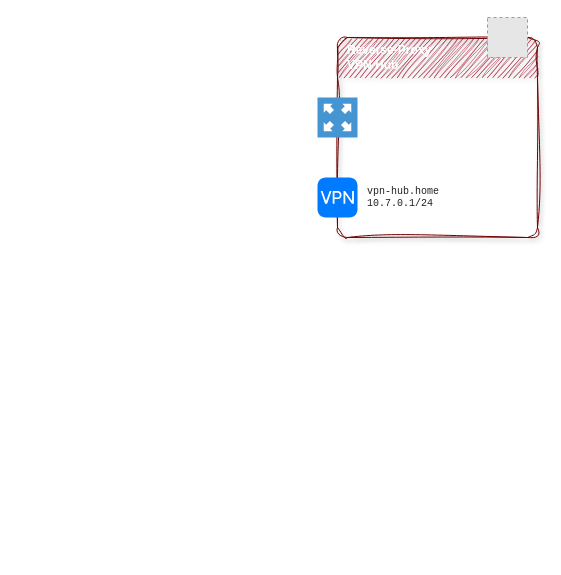
Brona13/diagrams keeps this draw.io diagram as BRN's Homelab.drawio. Above is the earlier version. Source tidied: cells renumbered, new cells numbered last; positions are measured from the earlier drawing's top-left corner, leaving out a move shared by most shapes. Both pictures are drawn from the tidied source at 100%, with x=0, y=0 at pixel (317, 17). Pictures stored in the file or linked from it are replaced by grey dashed boxes.
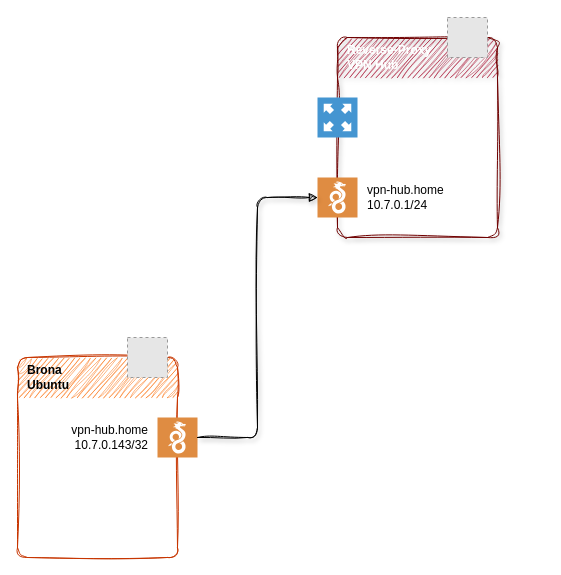
Above is the later version.

Diff of the diagram source:
```diff
@@
 <mxGraphModel>
   <root>
     <mxCell id="0" />
     <mxCell id="1" parent="0" />
+    <mxCell id="6" value="Brona&lt;br&gt;Ubuntu" style="swimlane;whiteSpace=wrap;html=1;sketch=1;curveFitting=1;jiggle=2;rounded=1;absoluteArcSize=1;swimlaneLine=0;startSize=40;fillColor=#fa6800;fontColor=#000000;strokeColor=#C73500;align=left;spacing=10;" parent="1" vertex="1">
+      <mxGeometry x="-300" y="340" width="160" height="200" as="geometry" />
+    </mxCell>
+    <mxCell id="7" style="fillColor=#E6E6E6;strokeColor=#999999;dashed=1;html=1;verticalAlign=top;verticalLabelPosition=bottom;labelBackgroundColor=#ffffff;" parent="6" vertex="1">
+      <mxGeometry x="110" y="-20" width="40" height="40" as="geometry" />
+    </mxCell>
+    <mxCell id="8" value="vpn-hub.home&lt;br&gt;10.7.0.143/32" style="sketch=0;shadow=0;dashed=0;html=1;strokeColor=none;fillColor=#DF8C42;labelPosition=left;verticalLabelPosition=middle;verticalAlign=middle;align=right;outlineConnect=0;shape=mxgraph.veeam2.wireguard;spacing=10;" parent="6" vertex="1">
+      <mxGeometry x="140" y="60" width="40" height="40" as="geometry" />
+    </mxCell>
     <mxCell id="2" value="&lt;div align=&quot;left&quot;&gt;Reverse-Proxy&lt;br&gt;VPN Hub&lt;/div&gt;" style="swimlane;whiteSpace=wrap;html=1;rounded=1;absoluteArcSize=1;sketch=1;curveFitting=1;jiggle=2;shadow=1;swimlaneLine=0;fillColor=#a20025;strokeColor=#6F0000;fontColor=light-dark(#FFFFFF,#FFFFFF);align=left;spacing=10;fontFamily=Helvetica;strokeWidth=1;startSize=40;" parent="1" vertex="1">
-      <mxGeometry x="20" y="20" width="200" height="200" as="geometry" />
+      <mxGeometry x="20" y="20" width="160" height="200" as="geometry" />
     </mxCell>
     <mxCell id="3" style="fillColor=#E6E6E6;strokeColor=#999999;dashed=1;html=1;verticalAlign=top;verticalLabelPosition=bottom;labelBackgroundColor=#ffffff;" parent="2" vertex="1">
-      <mxGeometry x="150" y="-20" width="40" height="40" as="geometry" />
+      <mxGeometry x="110" y="-20" width="40" height="40" as="geometry" />
     </mxCell>
+    <mxCell id="5" style="shadow=0;dashed=0;html=1;strokeColor=none;fillColor=#4495D1;labelPosition=center;verticalLabelPosition=bottom;verticalAlign=top;align=center;shape=mxgraph.veeam.2d.proxy_appliance;" parent="2" vertex="1">
+      <mxGeometry x="-20" y="60" width="40" height="40" as="geometry" />
+    </mxCell>
-    <mxCell id="4" value="vpn-hub.home&lt;br&gt;10.7.0.1/24" style="html=1;strokeWidth=1;shadow=0;dashed=0;shape=mxgraph.ios7.misc.vpn;fillColor=#007AFF;strokeColor=none;buttonText=;strokeColor2=#222222;fontColor=#222222;fontSize=10;verticalLabelPosition=middle;verticalAlign=middle;align=left;sketch=0;fontFamily=Courier New;labelPosition=right;spacing=10;" parent="2" vertex="1">
+    <mxCell id="4" value="vpn-hub.home&lt;br&gt;10.7.0.1/24" style="sketch=0;shadow=0;dashed=0;html=1;strokeColor=none;fillColor=#DF8C42;labelPosition=right;verticalLabelPosition=middle;verticalAlign=middle;align=left;outlineConnect=0;shape=mxgraph.veeam2.wireguard;spacing=10;points=[[0,0.5,0,0,0]];" parent="2" vertex="1">
       <mxGeometry x="-20" y="140" width="40" height="40" as="geometry" />
     </mxCell>
-    <mxCell id="5" style="shadow=0;dashed=0;html=1;strokeColor=none;fillColor=#4495D1;labelPosition=center;verticalLabelPosition=bottom;verticalAlign=top;align=center;shape=mxgraph.veeam.2d.proxy_appliance;" parent="2" vertex="1">
-      <mxGeometry x="-20" y="60" width="40" height="40" as="geometry" />
-    </mxCell>
+    <mxCell id="9" style="edgeStyle=orthogonalEdgeStyle;rounded=1;jettySize=auto;html=1;entryX=0;entryY=0.5;entryDx=0;entryDy=0;entryPerimeter=0;curved=0;sketch=1;curveFitting=1;jiggle=2;shadow=1;strokeColor=light-dark(#000000,#AAAAAA);endArrow=block;endFill=1;" parent="1" edge="1" source="8" target="4">
+      <mxGeometry relative="1" as="geometry" />
+    </mxCell>
   </root>
 </mxGraphModel>
```
